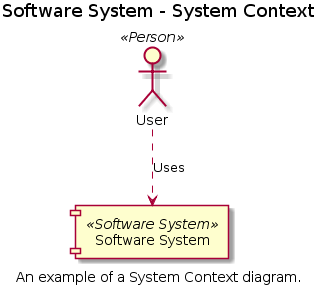
Before: docs/images/plantuml-getting-started.png, a diagram exported from PlantUML (structurizr/java).
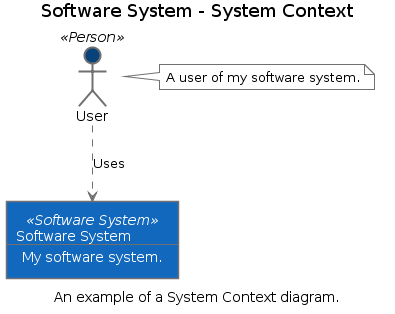
After the commit.

The edit, as a diff of the source:
```diff
@@ -1,7 +1,26 @@
 @startuml
 title Software System - System Context
 caption An example of a System Context diagram.
-component "Software System" <<Software System>> as 2
-actor "User" <<Person>> as 1
-1 ..> 2 : Uses
+
+skinparam {
+  shadowing false
+  arrowColor #707070
+  actorBorderColor #707070
+  componentBorderColor #707070
+  rectangleBorderColor #707070
+  noteBackgroundColor #ffffff
+  noteBorderColor #707070
+  rectangleFontColor #ffffff
+  rectangleStereotypeFontColor #ffffff
+}
+rectangle 2 <<Software System>> #1168bd [
+  Software System
+  --
+  My software system.
+]
+actor "User" <<Person>> as 1 #08427b
+note right of 1
+  A user of my software system.
+end note
+1 .[#707070].> 2 : Uses
 @enduml
```
